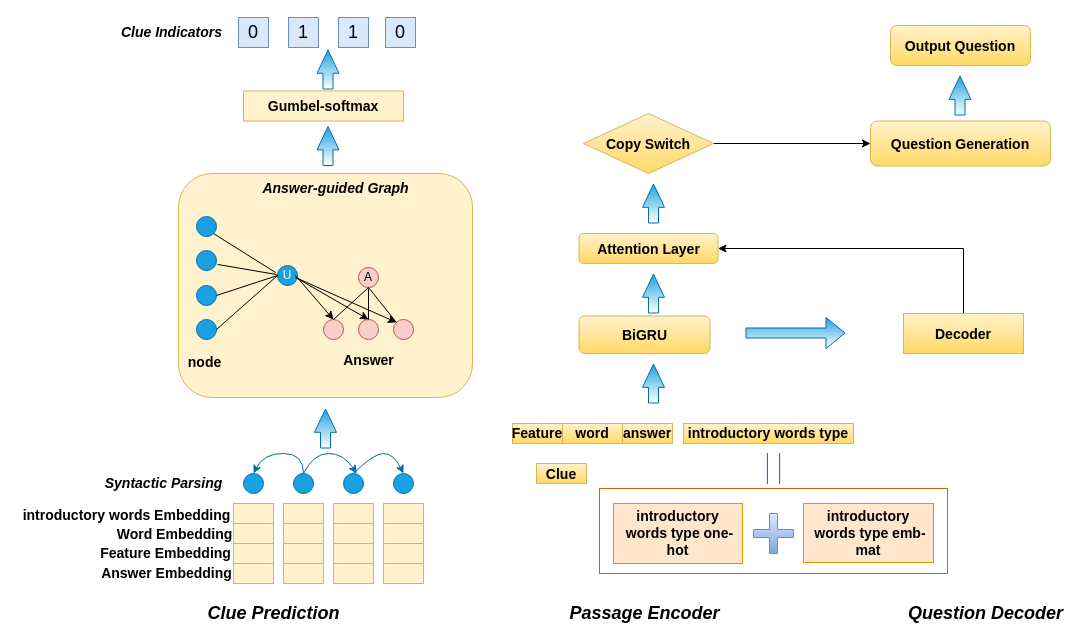
This is Untitled Diagram.drawio from ccut2014/-, a draw.io file, before an edit. Source tidied: cells renumbered, new cells numbered last; positions are measured from the earlier drawing's top-left corner, leaving out a move shared by most shapes. Both pictures are drawn from the tidied source at 100%, with x=0, y=0 at pixel (17, 17).
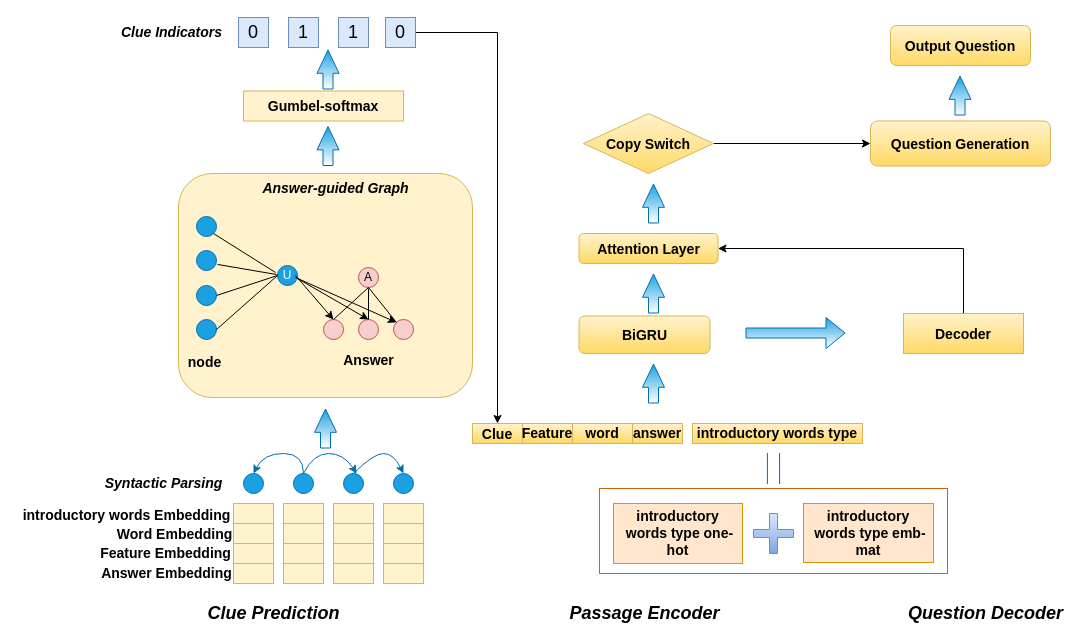
The same diagram, later.

Unchanged cells that the change refers to:
```xml
<mxCell id="32" value="&lt;font style=&quot;font-size: 18px&quot;&gt;0&lt;/font&gt;" style="whiteSpace=wrap;html=1;fillColor=#dae8fc;strokeColor=#6c8ebf;" parent="1" vertex="1">
  <mxGeometry x="368" width="30" height="30" as="geometry" />
</mxCell>
```

The edit, as a diff of the source:
```diff
@@
+    <mxCell id="88" style="edgeStyle=orthogonalEdgeStyle;rounded=0;jettySize=auto;html=1;exitX=1;exitY=0.5;exitDx=0;exitDy=0;" parent="1" edge="1" source="32" target="40">
+      <mxGeometry relative="1" as="geometry" />
+    </mxCell>
@@
     <mxCell id="40" value="&lt;font style=&quot;font-size: 14px&quot;&gt;&lt;b&gt;Clue&lt;/b&gt;&lt;/font&gt;" style="rounded=0;whiteSpace=wrap;html=1;fontFamily=Helvetica;fontSize=18;fillColor=#fff2cc;strokeColor=#d6b656;gradientColor=#ffd966;" parent="1" vertex="1">
-      <mxGeometry x="519" y="446" width="50" height="20" as="geometry" />
+      <mxGeometry x="455" y="406" width="50" height="20" as="geometry" />
     </mxCell>
     <mxCell id="41" value="&lt;b&gt;Feature&lt;/b&gt;" style="rounded=0;whiteSpace=wrap;html=1;fontFamily=Helvetica;fontSize=14;fillColor=#fff2cc;strokeColor=#d6b656;gradientColor=#ffd966;" parent="1" vertex="1">
-      <mxGeometry x="495" y="406" width="50" height="20" as="geometry" />
+      <mxGeometry x="505" y="406" width="50" height="20" as="geometry" />
     </mxCell>
     <mxCell id="42" value="&lt;b&gt;word&lt;/b&gt;" style="rounded=0;whiteSpace=wrap;html=1;fontFamily=Helvetica;fontSize=14;fillColor=#fff2cc;strokeColor=#d6b656;gradientColor=#ffd966;" parent="1" vertex="1">
-      <mxGeometry x="545" y="406" width="60" height="20" as="geometry" />
+      <mxGeometry x="555" y="406" width="60" height="20" as="geometry" />
     </mxCell>
     <mxCell id="43" value="&lt;b&gt;answer&lt;/b&gt;" style="rounded=0;whiteSpace=wrap;html=1;fontSize=14;fillColor=#fff2cc;strokeColor=#d6b656;gradientColor=#ffd966;" parent="1" vertex="1">
-      <mxGeometry x="605" y="406" width="50" height="20" as="geometry" />
+      <mxGeometry x="615" y="406" width="50" height="20" as="geometry" />
     </mxCell>
     <mxCell id="44" value="&lt;b&gt;introductory&lt;/b&gt;&lt;b style=&quot;font-size: 12px&quot;&gt;&lt;font style=&quot;font-size: 14px&quot;&gt;&amp;nbsp;words&lt;/font&gt;&lt;/b&gt;&lt;b&gt;&amp;nbsp;type&lt;/b&gt;" style="rounded=0;whiteSpace=wrap;html=1;fontFamily=Helvetica;fontSize=14;fillColor=#fff2cc;strokeColor=#d6b656;gradientColor=#ffd966;" parent="1" vertex="1">
-      <mxGeometry x="666" y="406" width="170" height="20" as="geometry" />
+      <mxGeometry x="675" y="406" width="170" height="20" as="geometry" />
     </mxCell>
```
